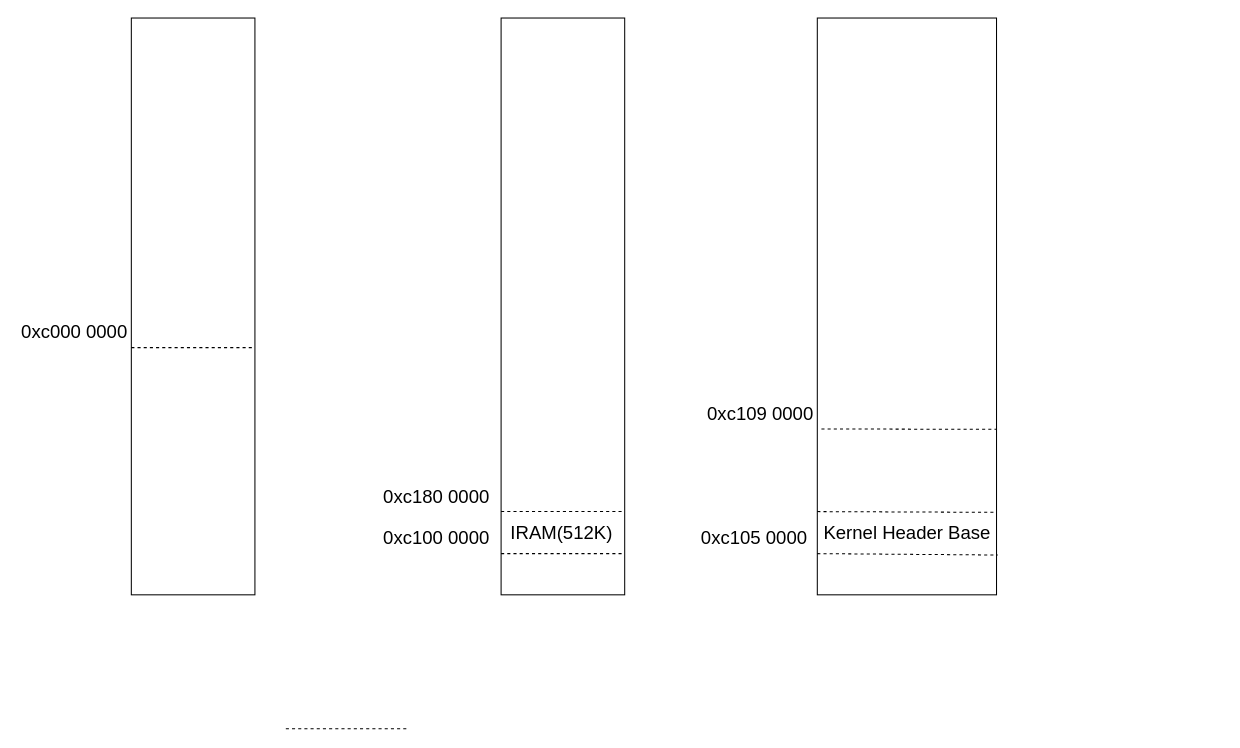
Above: page "profiling地址空间" (3 of 3) of draw/jiuzhang.drawio in dracohan/jmhan.github.io (draw.io), before the change. Source tidied: cells renumbered, new cells numbered last; positions are measured from the earlier drawing's top-left corner, leaving out a move shared by most shapes. Both pictures are drawn from the tidied source at 103%, with x=0, y=0 at pixel (18, 18).
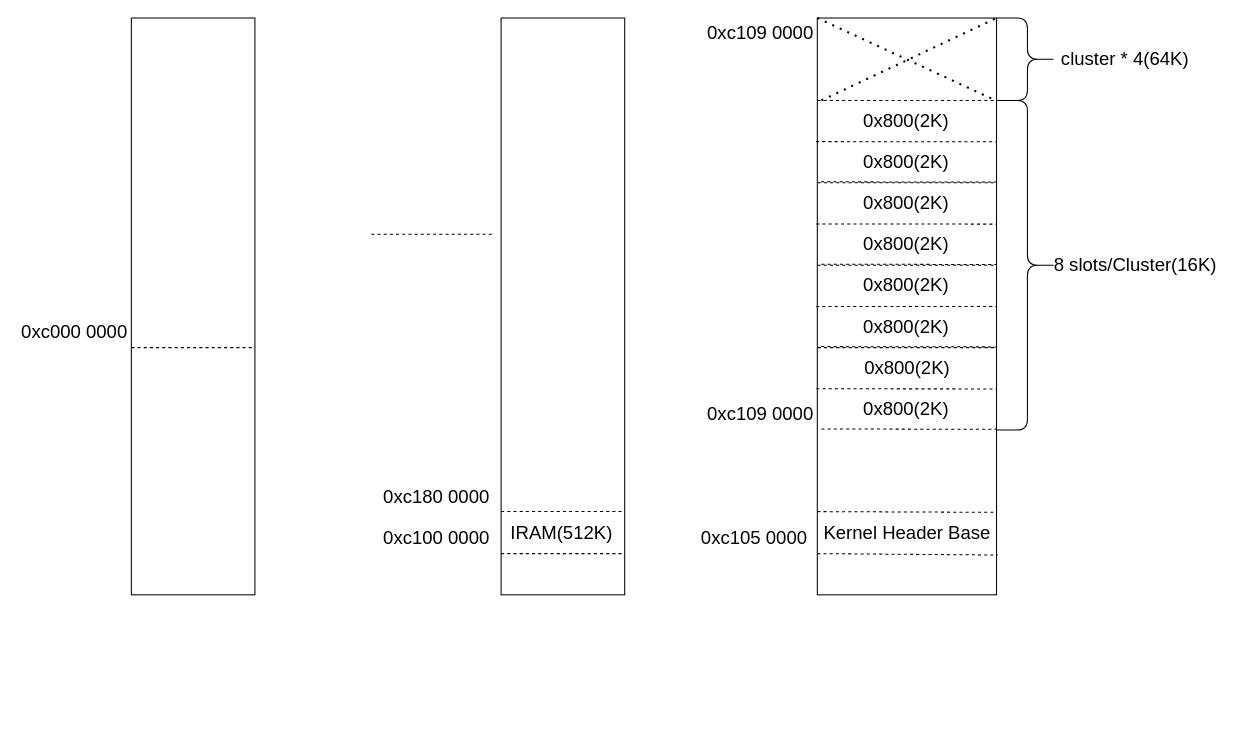
Above is the later version.

The change refers to these unchanged cells:
```xml
<mxCell id="12" style="rounded=0;whiteSpace=wrap;html=1;fontSize=18;" parent="1" vertex="1">
  <mxGeometry x="776" width="174" height="560" as="geometry" />
</mxCell>
```

The edit, as a diff of the source:
```diff
@@
     <mxCell id="3" style="endArrow=none;dashed=1;html=1;rounded=0;fontSize=18;" parent="1" edge="1">
       <mxGeometry relative="1" as="geometry">
-        <mxPoint x="260" y="690" as="sourcePoint" />
-        <mxPoint x="380" y="690" as="targetPoint" />
+        <mxPoint x="343" y="210" as="sourcePoint" />
+        <mxPoint x="463" y="210" as="targetPoint" />
       </mxGeometry>
     </mxCell>
@@
+    <mxCell id="19" style="endArrow=none;dashed=1;html=1;rounded=0;fontSize=18;entryX=1;entryY=0.643;entryDx=0;entryDy=0;entryPerimeter=0;" parent="1" edge="1" target="12">
+      <mxGeometry relative="1" as="geometry">
+        <mxPoint x="775.1" y="360" as="sourcePoint" />
+      </mxGeometry>
+    </mxCell>
+    <mxCell id="20" value="0x800(2K)" style="text;html=1;strokeColor=none;fillColor=none;align=center;verticalAlign=middle;whiteSpace=wrap;rounded=0;fontSize=18;" parent="1" vertex="1">
+      <mxGeometry x="776" y="360" width="173" height="40" as="geometry" />
+    </mxCell>
+    <mxCell id="21" value="0x800(2K)" style="text;html=1;strokeColor=none;fillColor=none;align=center;verticalAlign=middle;whiteSpace=wrap;rounded=0;fontSize=18;" parent="1" vertex="1">
+      <mxGeometry x="776.5" y="320" width="173" height="40" as="geometry" />
+    </mxCell>
+    <mxCell id="22" style="endArrow=none;dashed=1;html=1;rounded=0;fontSize=18;entryX=1;entryY=0;entryDx=0;entryDy=0;exitX=0;exitY=0;exitDx=0;exitDy=0;" parent="1" edge="1" source="21" target="21">
+      <mxGeometry relative="1" as="geometry" />
+    </mxCell>
+    <mxCell id="23" style="endArrow=none;dashed=1;html=1;rounded=0;fontSize=18;entryX=1.002;entryY=0.713;entryDx=0;entryDy=0;entryPerimeter=0;" parent="1" edge="1">
+      <mxGeometry relative="1" as="geometry">
+        <mxPoint x="779.8" y="319" as="sourcePoint" />
+        <mxPoint x="950.1" y="319.3" as="targetPoint" />
+      </mxGeometry>
+    </mxCell>
+    <mxCell id="24" style="endArrow=none;dashed=1;html=1;rounded=0;fontSize=18;entryX=1;entryY=0.643;entryDx=0;entryDy=0;entryPerimeter=0;" parent="1" edge="1">
+      <mxGeometry relative="1" as="geometry">
+        <mxPoint x="774.9" y="280" as="sourcePoint" />
+        <mxPoint x="949.8" y="280.1" as="targetPoint" />
+      </mxGeometry>
+    </mxCell>
+    <mxCell id="25" value="0x800(2K)" style="text;html=1;strokeColor=none;fillColor=none;align=center;verticalAlign=middle;whiteSpace=wrap;rounded=0;fontSize=18;" parent="1" vertex="1">
+      <mxGeometry x="775.8" y="280" width="173" height="40" as="geometry" />
+    </mxCell>
+    <mxCell id="26" value="0x800(2K)" style="text;html=1;strokeColor=none;fillColor=none;align=center;verticalAlign=middle;whiteSpace=wrap;rounded=0;fontSize=18;" parent="1" vertex="1">
+      <mxGeometry x="776.2" y="240" width="173" height="40" as="geometry" />
+    </mxCell>
+    <mxCell id="27" style="endArrow=none;dashed=1;html=1;rounded=0;fontSize=18;entryX=1;entryY=0;entryDx=0;entryDy=0;exitX=0;exitY=0;exitDx=0;exitDy=0;" parent="1" edge="1" source="26" target="26">
+      <mxGeometry relative="1" as="geometry" />
+    </mxCell>
+    <mxCell id="28" style="endArrow=none;dashed=1;html=1;rounded=0;fontSize=18;entryX=1.002;entryY=0.713;entryDx=0;entryDy=0;entryPerimeter=0;" parent="1" edge="1">
+      <mxGeometry relative="1" as="geometry">
+        <mxPoint x="779.9" y="239" as="sourcePoint" />
+        <mxPoint x="950.2" y="239.3" as="targetPoint" />
+      </mxGeometry>
+    </mxCell>
+    <mxCell id="29" style="endArrow=none;dashed=1;html=1;rounded=0;fontSize=18;entryX=1;entryY=0.643;entryDx=0;entryDy=0;entryPerimeter=0;" parent="1" edge="1">
+      <mxGeometry relative="1" as="geometry">
+        <mxPoint x="775" y="200" as="sourcePoint" />
+        <mxPoint x="949.9" y="200.1" as="targetPoint" />
+      </mxGeometry>
+    </mxCell>
+    <mxCell id="30" value="0x800(2K)" style="text;html=1;strokeColor=none;fillColor=none;align=center;verticalAlign=middle;whiteSpace=wrap;rounded=0;fontSize=18;" parent="1" vertex="1">
+      <mxGeometry x="775.9" y="200" width="173" height="40" as="geometry" />
+    </mxCell>
+    <mxCell id="31" value="0x800(2K)" style="text;html=1;strokeColor=none;fillColor=none;align=center;verticalAlign=middle;whiteSpace=wrap;rounded=0;fontSize=18;" parent="1" vertex="1">
+      <mxGeometry x="776.4" y="160" width="173" height="40" as="geometry" />
+    </mxCell>
+    <mxCell id="32" style="endArrow=none;dashed=1;html=1;rounded=0;fontSize=18;entryX=1;entryY=0;entryDx=0;entryDy=0;exitX=0;exitY=0;exitDx=0;exitDy=0;" parent="1" edge="1" source="31" target="31">
+      <mxGeometry relative="1" as="geometry" />
+    </mxCell>
+    <mxCell id="33" style="endArrow=none;dashed=1;html=1;rounded=0;fontSize=18;entryX=1.002;entryY=0.713;entryDx=0;entryDy=0;entryPerimeter=0;" parent="1" edge="1">
+      <mxGeometry relative="1" as="geometry">
+        <mxPoint x="779.6" y="159" as="sourcePoint" />
+        <mxPoint x="950" y="159.3" as="targetPoint" />
+      </mxGeometry>
+    </mxCell>
+    <mxCell id="34" style="endArrow=none;dashed=1;html=1;rounded=0;fontSize=18;entryX=1;entryY=0.643;entryDx=0;entryDy=0;entryPerimeter=0;" parent="1" edge="1">
+      <mxGeometry relative="1" as="geometry">
+        <mxPoint x="774.8" y="120" as="sourcePoint" />
+        <mxPoint x="949.6" y="120.1" as="targetPoint" />
+      </mxGeometry>
+    </mxCell>
+    <mxCell id="35" value="0x800(2K)" style="text;html=1;strokeColor=none;fillColor=none;align=center;verticalAlign=middle;whiteSpace=wrap;rounded=0;fontSize=18;" parent="1" vertex="1">
+      <mxGeometry x="775.6" y="120" width="173" height="40" as="geometry" />
+    </mxCell>
+    <mxCell id="36" value="0x800(2K)" style="text;html=1;strokeColor=none;fillColor=none;align=center;verticalAlign=middle;whiteSpace=wrap;rounded=0;fontSize=18;" parent="1" vertex="1">
+      <mxGeometry x="776.1" y="80" width="173" height="40" as="geometry" />
+    </mxCell>
+    <mxCell id="37" style="endArrow=none;dashed=1;html=1;rounded=0;fontSize=18;entryX=1;entryY=0;entryDx=0;entryDy=0;exitX=0;exitY=0;exitDx=0;exitDy=0;" parent="1" edge="1" source="36" target="36">
+      <mxGeometry relative="1" as="geometry" />
+    </mxCell>
+    <mxCell id="38" style="shape=curlyBracket;whiteSpace=wrap;html=1;rounded=1;flipH=1;fontSize=18;" parent="1" vertex="1">
+      <mxGeometry x="950" y="80" width="60" height="320" as="geometry" />
+    </mxCell>
+    <mxCell id="39" value="8 slots/Cluster(16K)" style="text;html=1;strokeColor=none;fillColor=none;align=center;verticalAlign=middle;whiteSpace=wrap;rounded=0;fontSize=18;" parent="1" vertex="1">
+      <mxGeometry x="1000" y="225" width="170" height="30" as="geometry" />
+    </mxCell>
+    <mxCell id="40" style="shape=curlyBracket;whiteSpace=wrap;html=1;rounded=1;flipH=1;fontSize=18;" parent="1" vertex="1">
+      <mxGeometry x="950" width="60" height="80" as="geometry" />
+    </mxCell>
+    <mxCell id="41" value="cluster * 4(64K)" style="text;html=1;strokeColor=none;fillColor=none;align=center;verticalAlign=middle;whiteSpace=wrap;rounded=0;fontSize=18;" parent="1" vertex="1">
+      <mxGeometry x="1010" y="25" width="130" height="30" as="geometry" />
+    </mxCell>
+    <mxCell id="42" style="endArrow=none;dashed=1;html=1;dashPattern=1 3;strokeWidth=2;rounded=0;fontSize=18;entryX=1;entryY=0;entryDx=0;entryDy=0;" parent="1" edge="1" target="12">
+      <mxGeometry relative="1" as="geometry">
+        <mxPoint x="780" y="80" as="sourcePoint" />
+      </mxGeometry>
+    </mxCell>
+    <mxCell id="43" style="endArrow=none;dashed=1;html=1;dashPattern=1 3;strokeWidth=2;rounded=0;fontSize=18;exitX=0;exitY=0;exitDx=0;exitDy=0;entryX=1;entryY=0;entryDx=0;entryDy=0;" parent="1" edge="1" source="12" target="36">
+      <mxGeometry relative="1" as="geometry" />
+    </mxCell>
+    <mxCell id="44" value="0xc109 0000" style="text;html=1;strokeColor=none;fillColor=none;align=center;verticalAlign=middle;whiteSpace=wrap;rounded=0;fontSize=18;" parent="1" vertex="1">
+      <mxGeometry x="665.6" width="110" height="30" as="geometry" />
+    </mxCell>
```
